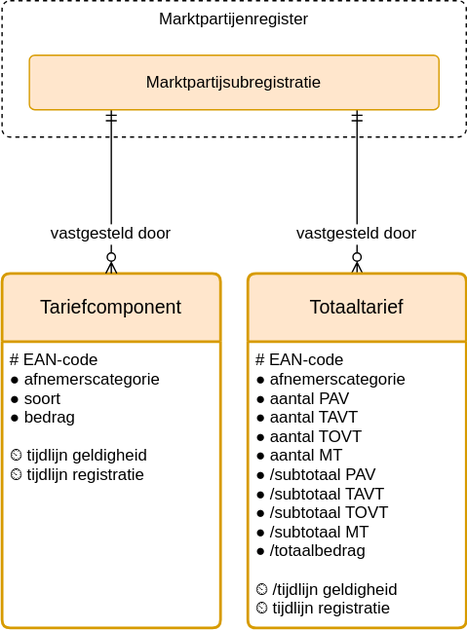
Before: registers/tarievenregister/1.0/tarievenregister.drawio.svg, a diagram exported from draw.io (Netbeheer-Nederland/stelsel). Source tidied: cells renumbered, new cells last; positions are measured from the earlier drawing's top-left corner, leaving out a move shared by most shapes.
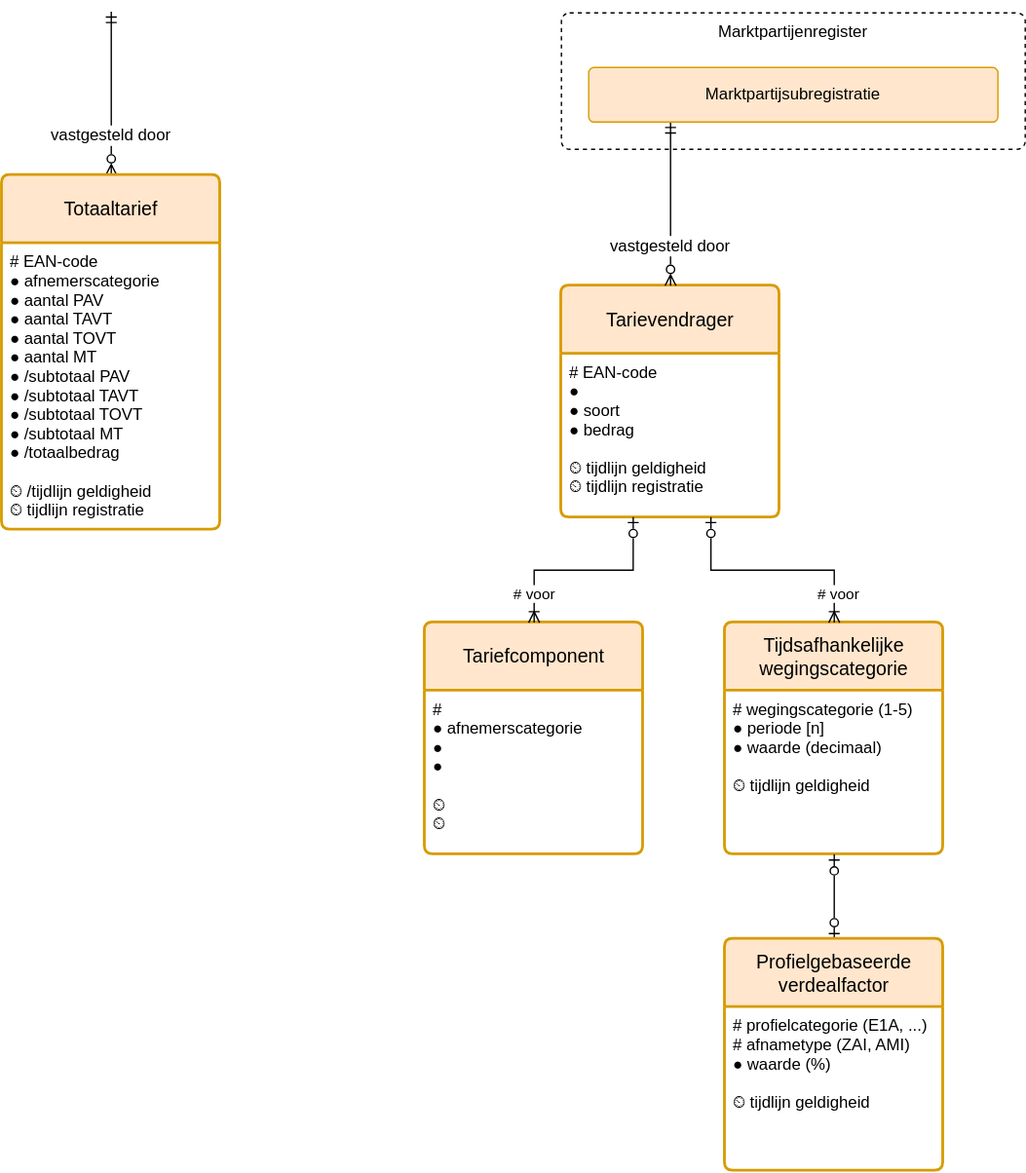
Above is the later version.

Commit message:
Tarievenregister aangepast.

The edit, as a diff of the source:
```diff
@@ -5,17 +5,19 @@
     <mxCell id="2" value="Marktpartijenregister" style="rounded=1;whiteSpace=wrap;verticalAlign=top;sketch=0;fontSize=12;dashed=1;arcSize=12;absoluteArcSize=1;" parent="1" vertex="1">
       <mxGeometry width="340" height="100" as="geometry" />
     </mxCell>
-    <mxCell id="3" value="vastgesteld door" style="fontSize=12;endArrow=ERmandOne;startArrow=ERzeroToMany;rounded=0;startFill=0;endFill=0;verticalAlign=middle;strokeColor=default;labelBackgroundColor=default;fontColor=default;align=center;edgeStyle=elbowEdgeStyle;exitX=0.5;exitY=0;exitDx=0;exitDy=0;" parent="1" edge="1" source="6" target="9">
-      <mxGeometry x="-0.5" relative="1" as="geometry" />
+    <mxCell id="3" value="vastgesteld door" style="fontSize=12;endArrow=ERmandOne;startArrow=ERzeroToMany;rounded=0;startFill=0;endFill=0;verticalAlign=middle;strokeColor=default;labelBackgroundColor=default;fontColor=default;align=center;edgeStyle=elbowEdgeStyle;exitX=0.5;exitY=0;exitDx=0;exitDy=0;" parent="1" edge="1" source="6">
+      <mxGeometry x="-0.5" relative="1" as="geometry">
+        <mxPoint x="-330" y="-1" as="targetPoint" />
+      </mxGeometry>
     </mxCell>
-    <mxCell id="4" value="Tariefcomponent" style="swimlane;horizontal=1;startSize=50;rounded=1;fontSize=14;fontStyle=0;strokeWidth=2;shadow=0;dashed=0;align=center;fillColor=#ffe6cc;strokeColor=#d79b00;arcSize=4;whiteSpace=wrap;" parent="1" vertex="1">
-      <mxGeometry y="200" width="160" height="260" as="geometry" />
+    <mxCell id="4" value="Tarievendrager" style="swimlane;horizontal=1;startSize=50;rounded=1;fontSize=14;fontStyle=0;strokeWidth=2;shadow=0;dashed=0;align=center;fillColor=#ffe6cc;strokeColor=#d79b00;arcSize=4;whiteSpace=wrap;" parent="1" vertex="1">
+      <mxGeometry y="200" width="160" height="170" as="geometry" />
     </mxCell>
-    <mxCell id="5" value="# EAN-code&#10;● afnemerscategorie&#10;● soort&#10;● bedrag&#10;&#10;⏲ tijdlijn geldigheid&#10;⏲ tijdlijn registratie" style="align=left;strokeColor=none;fillColor=none;spacingLeft=4;fontSize=12;verticalAlign=top;" parent="4" vertex="1">
-      <mxGeometry y="50" width="160" height="210" as="geometry" />
+    <mxCell id="5" value="# EAN-code&#10;● &#10;● soort&#10;● bedrag&#10;&#10;⏲ tijdlijn geldigheid&#10;⏲ tijdlijn registratie" style="align=left;strokeColor=none;fillColor=none;spacingLeft=4;fontSize=12;verticalAlign=top;" parent="4" vertex="1">
+      <mxGeometry y="50" width="160" height="120" as="geometry" />
     </mxCell>
     <mxCell id="6" value="Totaaltarief" style="swimlane;horizontal=1;startSize=50;rounded=1;fontSize=14;fontStyle=0;strokeWidth=2;shadow=0;dashed=0;align=center;fillColor=#ffe6cc;strokeColor=#d79b00;arcSize=4;whiteSpace=wrap;" parent="1" vertex="1">
-      <mxGeometry x="180" y="200" width="160" height="260" as="geometry" />
+      <mxGeometry x="-410" y="119" width="160" height="260" as="geometry" />
     </mxCell>
     <mxCell id="7" value="# EAN-code&#10;● afnemerscategorie&#10;● aantal PAV&#10;● aantal TAVT&#10;● aantal TOVT&#10;● aantal MT&#10;● /subtotaal PAV&#10;● /subtotaal TAVT&#10;● /subtotaal TOVT&#10;● /subtotaal MT&#10;● /totaalbedrag&#10;&#10;⏲ /tijdlijn geldigheid&#10;⏲ tijdlijn registratie" style="align=left;strokeColor=none;fillColor=none;spacingLeft=4;fontSize=12;verticalAlign=top;" parent="6" vertex="1">
       <mxGeometry y="50" width="160" height="210" as="geometry" />
@@ -26,5 +28,40 @@
     <mxCell id="9" value="Marktpartijsubregistratie" style="rounded=1;arcSize=10;whiteSpace=wrap;align=center;fillColor=#ffe6cc;strokeColor=#d79b00;" parent="1" vertex="1">
       <mxGeometry x="20" y="40" width="300" height="40" as="geometry" />
     </mxCell>
+    <mxCell id="10" value="Tariefcomponent" style="swimlane;horizontal=1;startSize=50;rounded=1;fontSize=14;fontStyle=0;strokeWidth=2;shadow=0;dashed=0;align=center;fillColor=#ffe6cc;strokeColor=#d79b00;arcSize=4;whiteSpace=wrap;" parent="1" vertex="1">
+      <mxGeometry x="-100" y="447" width="160" height="170" as="geometry" />
+    </mxCell>
+    <mxCell id="11" value="# &#10;● afnemerscategorie&#10;● &#10;● &#10;&#10;⏲&#10;⏲" style="align=left;strokeColor=none;fillColor=none;spacingLeft=4;fontSize=12;verticalAlign=top;" parent="10" vertex="1">
+      <mxGeometry y="50" width="160" height="120" as="geometry" />
+    </mxCell>
+    <mxCell id="12" value="Tijdsafhankelijke wegingscategorie" style="swimlane;horizontal=1;startSize=50;rounded=1;fontSize=14;fontStyle=0;strokeWidth=2;shadow=0;dashed=0;align=center;fillColor=#ffe6cc;strokeColor=#d79b00;arcSize=4;whiteSpace=wrap;" parent="1" vertex="1">
+      <mxGeometry x="120" y="447" width="160" height="170" as="geometry" />
+    </mxCell>
+    <mxCell id="13" value="# wegingscategorie (1-5)&#10;● periode [n]&#10;● waarde (decimaal)&#10;&#10;⏲ tijdlijn geldigheid&#10;" style="align=left;strokeColor=none;fillColor=none;spacingLeft=4;fontSize=12;verticalAlign=top;" parent="12" vertex="1">
+      <mxGeometry y="50" width="160" height="120" as="geometry" />
+    </mxCell>
+    <mxCell id="14" style="edgeStyle=orthogonalEdgeStyle;rounded=0;jettySize=auto;html=1;entryX=0.685;entryY=0.997;entryDx=0;entryDy=0;entryPerimeter=0;endArrow=ERzeroToOne;endFill=0;startArrow=ERoneToMany;startFill=0;" parent="1" edge="1" source="12" target="5">
+      <mxGeometry relative="1" as="geometry" />
+    </mxCell>
+    <mxCell id="15" value="# voor" style="edgeLabel;html=1;align=center;verticalAlign=middle;" parent="14" vertex="1">
+      <mxGeometry x="-0.81" y="-2" relative="1" as="geometry">
+        <mxPoint y="-6" as="offset" />
+      </mxGeometry>
+    </mxCell>
+    <mxCell id="16" style="edgeStyle=orthogonalEdgeStyle;rounded=0;jettySize=auto;html=1;entryX=0.329;entryY=0.997;entryDx=0;entryDy=0;entryPerimeter=0;endArrow=ERzeroToOne;endFill=0;startArrow=ERoneToMany;startFill=0;" parent="1" edge="1" source="10" target="5">
+      <mxGeometry relative="1" as="geometry" />
+    </mxCell>
+    <mxCell id="17" value="# voor" style="edgeLabel;html=1;align=center;verticalAlign=middle;" parent="16" vertex="1">
+      <mxGeometry x="-0.71" y="1" relative="1" as="geometry" />
+    </mxCell>
+    <mxCell id="18" style="edgeStyle=orthogonalEdgeStyle;rounded=0;jettySize=auto;html=1;entryX=0.5;entryY=1;entryDx=0;entryDy=0;endArrow=ERzeroToOne;endFill=0;startArrow=ERzeroToOne;startFill=0;" parent="1" edge="1" source="19" target="13">
+      <mxGeometry relative="1" as="geometry" />
+    </mxCell>
+    <mxCell id="19" value="Profielgebaseerde verdealfactor" style="swimlane;horizontal=1;startSize=50;rounded=1;fontSize=14;fontStyle=0;strokeWidth=2;shadow=0;dashed=0;align=center;fillColor=#ffe6cc;strokeColor=#d79b00;arcSize=4;whiteSpace=wrap;" parent="1" vertex="1">
+      <mxGeometry x="120" y="679" width="160" height="170" as="geometry" />
+    </mxCell>
+    <mxCell id="20" value="# profielcategorie (E1A, ...)&#10;# afnametype (ZAI, AMI)&#10;● waarde (%)&#10;&#10;⏲ tijdlijn geldigheid&#10;" style="align=left;strokeColor=none;fillColor=none;spacingLeft=4;fontSize=12;verticalAlign=top;" parent="19" vertex="1">
+      <mxGeometry y="50" width="160" height="120" as="geometry" />
+    </mxCell>
   </root>
 </mxGraphModel>
```
